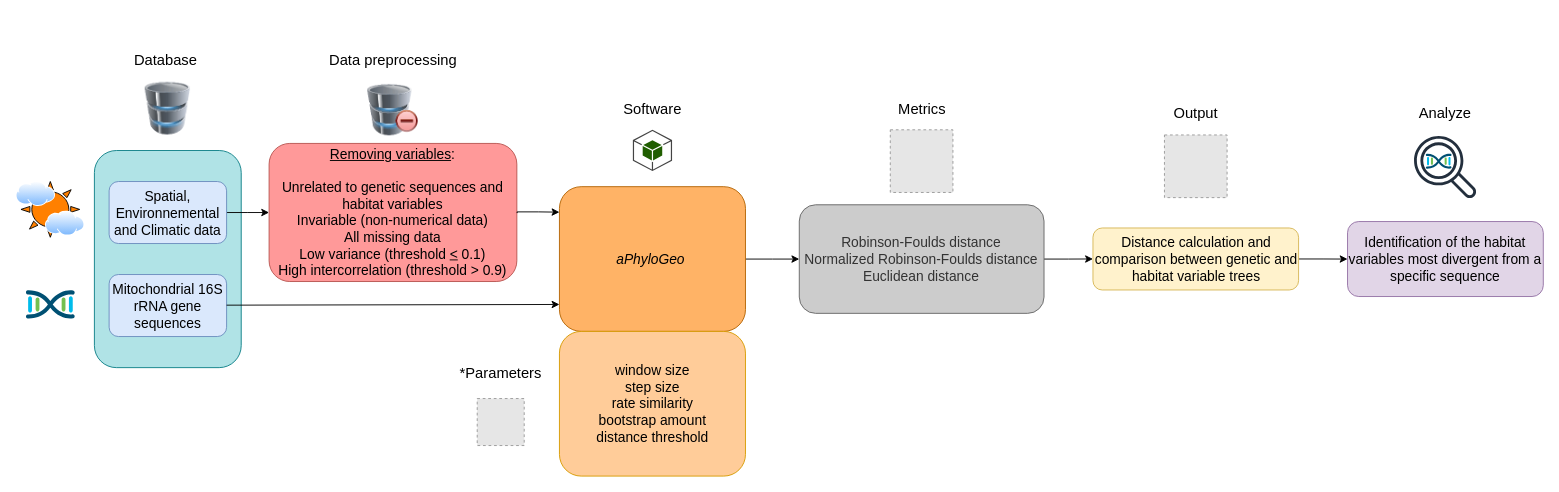
scipy-conference/scipy_proceedings keeps this draw.io diagram as papers/Gagnon_Kebe_Tahiri/diagram.drawio. Above is the earlier version. Source tidied: cells renumbered, new cells numbered last; positions are measured from the earlier drawing's top-left corner, leaving out a move shared by most shapes. Both pictures are drawn from the tidied source at 92%, with x=0, y=0 at pixel (16, 16). Pictures stored in the file or linked from it are replaced by grey dashed boxes.
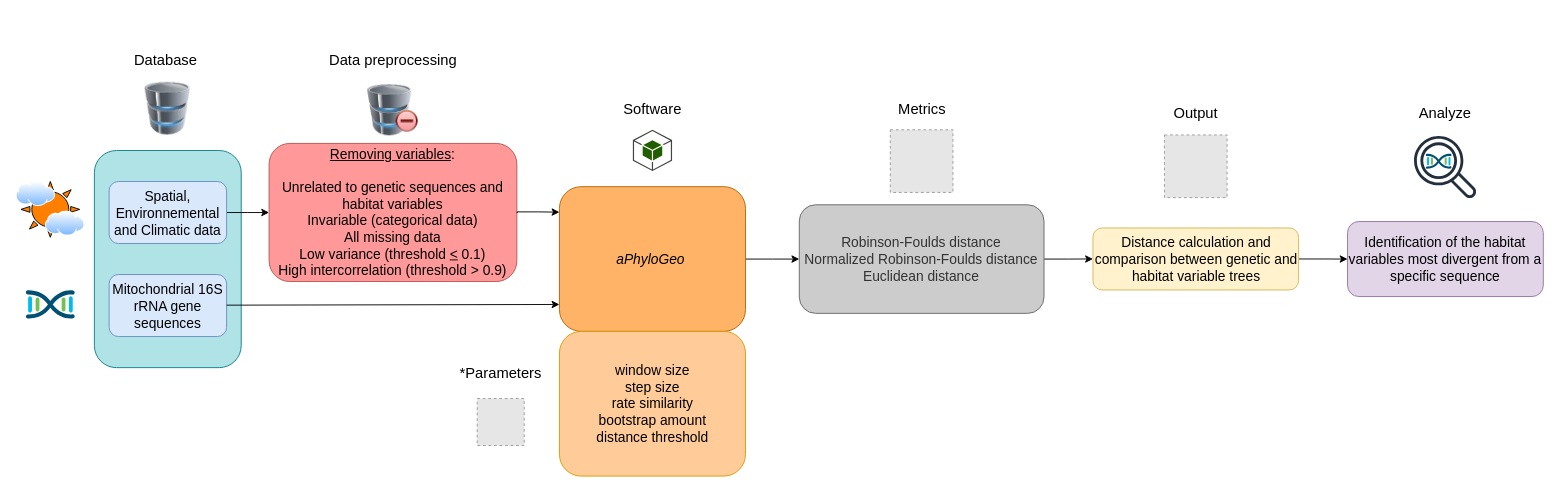
After the change.

Commit message:
Mettre à jour diagram.drawio

Unchanged cells that the change refers to:
```xml
<mxCell id="2" style="group;" parent="1" vertex="1">
  <mxGeometry width="1660" height="500" as="geometry" />
</mxCell>
```

Diff of the diagram source:
```diff
@@
-    <mxCell id="7" value="&lt;div style=&quot;font-size: 15px;&quot;&gt;&lt;span style=&quot;background-color: initial;&quot;&gt;&lt;font style=&quot;font-size: 15px;&quot;&gt;&lt;u style=&quot;&quot;&gt;Removing variables&lt;/u&gt;:&lt;/font&gt;&lt;/span&gt;&lt;/div&gt;&lt;div style=&quot;font-size: 15px;&quot;&gt;&lt;span style=&quot;background-color: initial;&quot;&gt;&lt;font style=&quot;font-size: 15px;&quot;&gt;&lt;br&gt;&lt;/font&gt;&lt;/span&gt;&lt;/div&gt;&lt;div style=&quot;&quot;&gt;&lt;font style=&quot;&quot;&gt;&lt;span style=&quot;background-color: initial;&quot;&gt;&lt;span style=&quot;font-size: 15px;&quot;&gt;Unrelated to genetic sequences and habitat variables&lt;/span&gt;&lt;br&gt;&lt;/span&gt;&lt;/font&gt;&lt;/div&gt;&lt;div style=&quot;font-size: 15px;&quot;&gt;&lt;font style=&quot;font-size: 15px;&quot;&gt;&lt;span style=&quot;background-color: initial;&quot;&gt;Invariable (non-numerical data)&lt;/span&gt;&lt;br&gt;&lt;span style=&quot;background-color: initial;&quot;&gt;All missing data&lt;/span&gt;&lt;br&gt;&lt;span style=&quot;background-color: initial;&quot;&gt;Low variance (threshold&amp;nbsp;&lt;/span&gt;&lt;u style=&quot;background-color: initial;&quot;&gt;&amp;lt;&lt;/u&gt;&lt;span style=&quot;background-color: initial;&quot;&gt; 0.1)&lt;/span&gt;&lt;br&gt;&lt;/font&gt;&lt;/div&gt;&lt;div style=&quot;font-size: 15px;&quot;&gt;&lt;span style=&quot;background-color: initial;&quot;&gt;&lt;font style=&quot;font-size: 15px;&quot;&gt;&lt;font style=&quot;font-size: 15px;&quot;&gt;High intercorrelation (threshold &amp;gt; 0.9&lt;/font&gt;&lt;font style=&quot;font-size: 15px;&quot;&gt;)&lt;/font&gt;&lt;/font&gt;&lt;/span&gt;&lt;/div&gt;" style="rounded=1;whiteSpace=wrap;html=1;fillColor=#FF9999;strokeColor=#b85450;align=center;" parent="2" vertex="1">
+    <mxCell id="7" value="&lt;div style=&quot;font-size: 15px;&quot;&gt;&lt;span style=&quot;background-color: initial;&quot;&gt;&lt;font style=&quot;font-size: 15px;&quot;&gt;&lt;u style=&quot;&quot;&gt;Removing variables&lt;/u&gt;:&lt;/font&gt;&lt;/span&gt;&lt;/div&gt;&lt;div style=&quot;font-size: 15px;&quot;&gt;&lt;span style=&quot;background-color: initial;&quot;&gt;&lt;font style=&quot;font-size: 15px;&quot;&gt;&lt;br&gt;&lt;/font&gt;&lt;/span&gt;&lt;/div&gt;&lt;div style=&quot;&quot;&gt;&lt;font style=&quot;&quot;&gt;&lt;span style=&quot;background-color: initial;&quot;&gt;&lt;span style=&quot;font-size: 15px;&quot;&gt;Unrelated to genetic sequences and habitat variables&lt;/span&gt;&lt;br&gt;&lt;/span&gt;&lt;/font&gt;&lt;/div&gt;&lt;div style=&quot;font-size: 15px;&quot;&gt;&lt;font style=&quot;font-size: 15px;&quot;&gt;&lt;span style=&quot;background-color: initial;&quot;&gt;Invariable (categorical data)&lt;/span&gt;&lt;br&gt;&lt;span style=&quot;background-color: initial;&quot;&gt;All missing data&lt;/span&gt;&lt;br&gt;&lt;span style=&quot;background-color: initial;&quot;&gt;Low variance (threshold&amp;nbsp;&lt;/span&gt;&lt;u style=&quot;background-color: initial;&quot;&gt;&amp;lt;&lt;/u&gt;&lt;span style=&quot;background-color: initial;&quot;&gt; 0.1)&lt;/span&gt;&lt;br&gt;&lt;/font&gt;&lt;/div&gt;&lt;div style=&quot;font-size: 15px;&quot;&gt;&lt;span style=&quot;background-color: initial;&quot;&gt;&lt;font style=&quot;font-size: 15px;&quot;&gt;&lt;font style=&quot;font-size: 15px;&quot;&gt;High intercorrelation (threshold &amp;gt; 0.9&lt;/font&gt;&lt;font style=&quot;font-size: 15px;&quot;&gt;)&lt;/font&gt;&lt;/font&gt;&lt;/span&gt;&lt;/div&gt;" style="rounded=1;whiteSpace=wrap;html=1;fillColor=#FF9999;strokeColor=#b85450;align=center;" parent="2" vertex="1">
       <mxGeometry x="275" y="138.4" width="269.3" height="150.1" as="geometry" />
     </mxCell>
```
